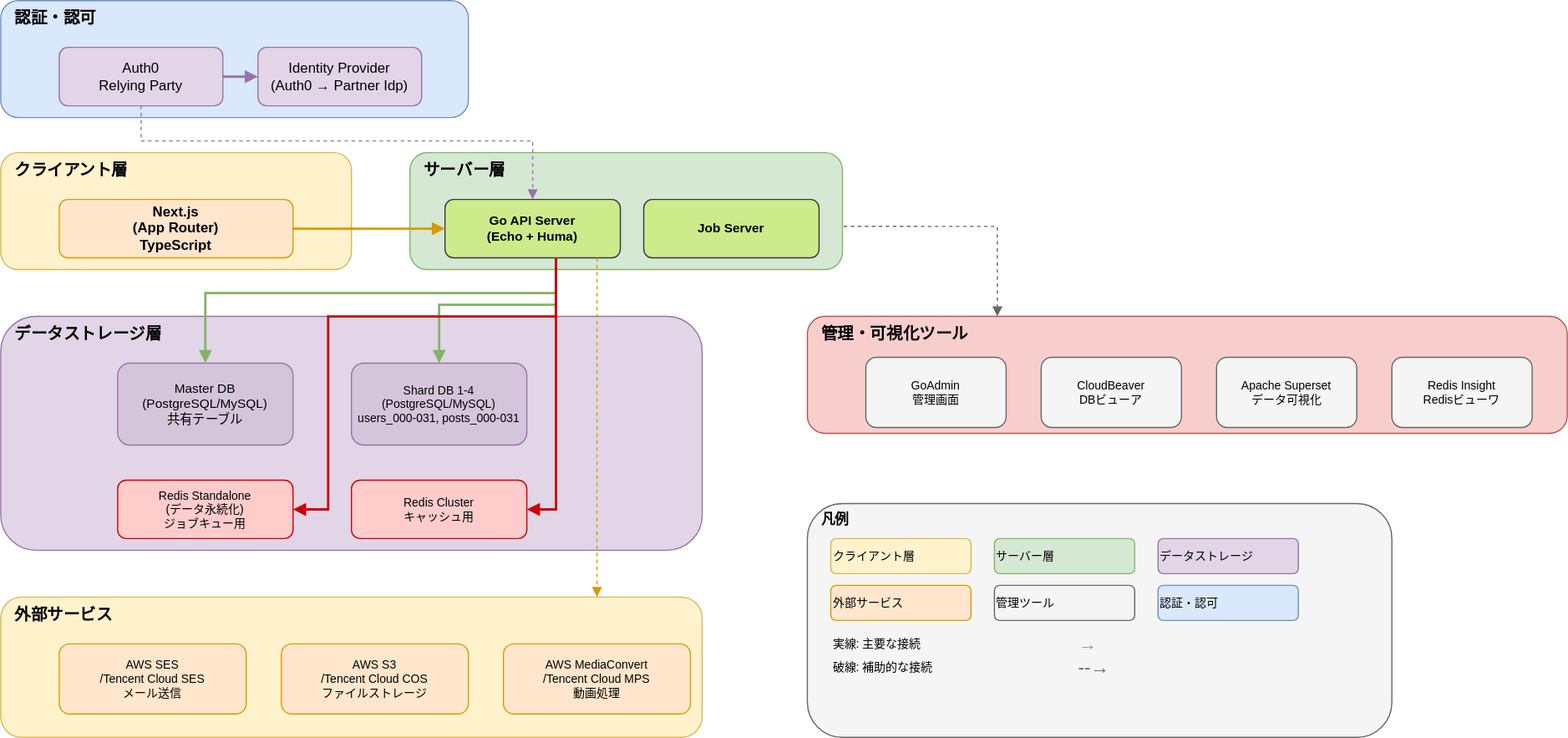
The draw.io diagram docs/System-Configuration.drawio.svg in taku-o/go-webdb-template, before a commit. Source tidied: cells renumbered, new cells last; positions are measured from the earlier drawing's top-left corner, leaving out a move shared by most shapes.
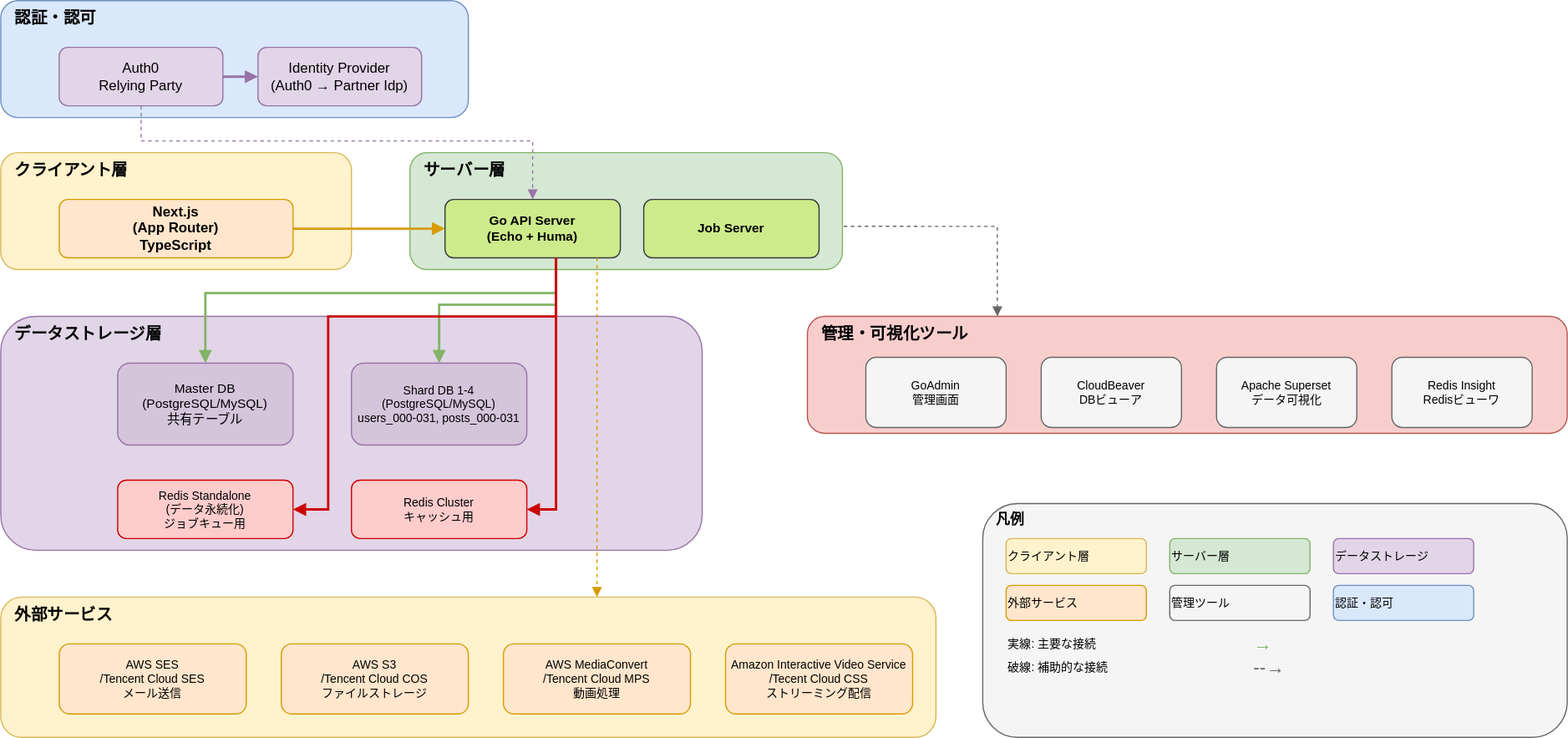
The same file after the commit.

Commit message:
feat: server-statusを3層構造（CLI→Usecase→Service）に変更

What changed in the source:
```diff
@@ -107,7 +107,7 @@
       </mxGeometry>
     </mxCell>
     <mxCell id="27" value="外部サービス" style="rounded=1;whiteSpace=wrap;html=1;fillColor=#fff2cc;strokeColor=#d6b656;verticalAlign=top;align=left;spacingLeft=10;fontStyle=1;fontSize=14;" parent="1" vertex="1">
-      <mxGeometry y="510" width="600" height="120" as="geometry" />
+      <mxGeometry y="510" width="800" height="120" as="geometry" />
     </mxCell>
     <mxCell id="28" value="AWS SES&lt;br&gt;/Tencent Cloud SES&lt;br&gt;メール送信" style="rounded=1;whiteSpace=wrap;html=1;fillColor=#ffe6cc;strokeColor=#d79b00;align=center;verticalAlign=middle;fontSize=10;" parent="1" vertex="1">
       <mxGeometry x="50" y="550" width="160" height="60" as="geometry" />
@@ -128,40 +128,43 @@
       </mxGeometry>
     </mxCell>
     <mxCell id="32" value="凡例" style="rounded=1;whiteSpace=wrap;html=1;fillColor=#f5f5f5;strokeColor=#666666;verticalAlign=top;align=left;spacingLeft=10;fontStyle=1;fontSize=12;" parent="1" vertex="1">
-      <mxGeometry x="690" y="430" width="500" height="200" as="geometry" />
+      <mxGeometry x="840" y="430" width="500" height="200" as="geometry" />
     </mxCell>
     <mxCell id="33" value="クライアント層" style="rounded=1;whiteSpace=wrap;html=1;fillColor=#fff2cc;strokeColor=#d6b656;align=left;verticalAlign=middle;fontSize=10;" parent="1" vertex="1">
-      <mxGeometry x="710" y="460" width="120" height="30" as="geometry" />
+      <mxGeometry x="860" y="460" width="120" height="30" as="geometry" />
     </mxCell>
     <mxCell id="34" value="サーバー層" style="rounded=1;whiteSpace=wrap;html=1;fillColor=#d5e8d4;strokeColor=#82b366;align=left;verticalAlign=middle;fontSize=10;" parent="1" vertex="1">
-      <mxGeometry x="850" y="460" width="120" height="30" as="geometry" />
+      <mxGeometry x="1000" y="460" width="120" height="30" as="geometry" />
     </mxCell>
     <mxCell id="35" value="データストレージ" style="rounded=1;whiteSpace=wrap;html=1;fillColor=#e1d5e7;strokeColor=#9673a6;align=left;verticalAlign=middle;fontSize=10;" parent="1" vertex="1">
-      <mxGeometry x="990" y="460" width="120" height="30" as="geometry" />
+      <mxGeometry x="1140" y="460" width="120" height="30" as="geometry" />
     </mxCell>
     <mxCell id="36" value="外部サービス" style="rounded=1;whiteSpace=wrap;html=1;fillColor=#ffe6cc;strokeColor=#d79b00;align=left;verticalAlign=middle;fontSize=10;" parent="1" vertex="1">
-      <mxGeometry x="710" y="500" width="120" height="30" as="geometry" />
+      <mxGeometry x="860" y="500" width="120" height="30" as="geometry" />
     </mxCell>
     <mxCell id="37" value="管理ツール" style="rounded=1;whiteSpace=wrap;html=1;fillColor=#f5f5f5;strokeColor=#666666;align=left;verticalAlign=middle;fontSize=10;" parent="1" vertex="1">
-      <mxGeometry x="850" y="500" width="120" height="30" as="geometry" />
+      <mxGeometry x="1000" y="500" width="120" height="30" as="geometry" />
     </mxCell>
     <mxCell id="38" value="認証・認可" style="rounded=1;whiteSpace=wrap;html=1;fillColor=#dae8fc;strokeColor=#6c8ebf;align=left;verticalAlign=middle;fontSize=10;" parent="1" vertex="1">
-      <mxGeometry x="990" y="500" width="120" height="30" as="geometry" />
+      <mxGeometry x="1140" y="500" width="120" height="30" as="geometry" />
     </mxCell>
     <mxCell id="39" value="実線: 主要な接続" style="text;html=1;strokeColor=none;fillColor=none;align=left;verticalAlign=middle;whiteSpace=wrap;rounded=0;fontSize=10;" parent="1" vertex="1">
-      <mxGeometry x="710" y="540" width="200" height="20" as="geometry" />
+      <mxGeometry x="860" y="540" width="200" height="20" as="geometry" />
     </mxCell>
     <mxCell id="40" value="破線: 補助的な接続" style="text;html=1;strokeColor=none;fillColor=none;align=left;verticalAlign=middle;whiteSpace=wrap;rounded=0;fontSize=10;" parent="1" vertex="1">
-      <mxGeometry x="710" y="560" width="200" height="20" as="geometry" />
+      <mxGeometry x="860" y="560" width="200" height="20" as="geometry" />
     </mxCell>
     <mxCell id="41" value="→" style="text;html=1;strokeColor=none;fillColor=none;align=left;verticalAlign=middle;whiteSpace=wrap;rounded=0;fontSize=16;fontColor=#82b366;" parent="1" vertex="1">
-      <mxGeometry x="920" y="540" width="30" height="20" as="geometry" />
+      <mxGeometry x="1070" y="540" width="30" height="20" as="geometry" />
     </mxCell>
     <mxCell id="42" value="--→" style="text;html=1;strokeColor=none;fillColor=none;align=left;verticalAlign=middle;whiteSpace=wrap;rounded=0;fontSize=16;fontColor=#666666;" parent="1" vertex="1">
-      <mxGeometry x="920" y="560" width="30" height="20" as="geometry" />
+      <mxGeometry x="1070" y="560" width="30" height="20" as="geometry" />
     </mxCell>
     <mxCell id="43" value="Job Server" style="rounded=1;whiteSpace=wrap;html=1;fillColor=#cdeb8b;strokeColor=#36393d;align=center;verticalAlign=middle;fontSize=11;fontStyle=1;" parent="1" vertex="1">
       <mxGeometry x="550" y="170" width="150" height="50" as="geometry" />
     </mxCell>
+    <mxCell id="44" value="Amazon Interactive Video Service&lt;br&gt;/Tecent Cloud CSS&lt;br&gt;ストリーミング配信" style="rounded=1;whiteSpace=wrap;html=1;fillColor=#ffe6cc;strokeColor=#d79b00;align=center;verticalAlign=middle;fontSize=10;" parent="1" vertex="1">
+      <mxGeometry x="620" y="550" width="160" height="60" as="geometry" />
+    </mxCell>
   </root>
 </mxGraphModel>
```
